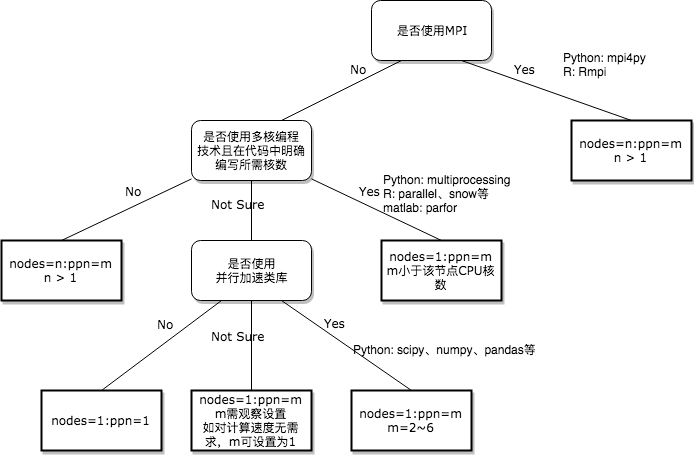
Before: docs/img/cpu_resources.png, a diagram exported from draw.io (masterstevelu/cluster-support). Source tidied: cells renumbered, new cells last; positions are measured from the earlier drawing's top-left corner, leaving out a move shared by most shapes. The source it was exported from:
```xml
<mxGraphModel background="#ffffff">
  <root>
    <mxCell id="0" />
    <mxCell id="1" parent="0" />
    <mxCell id="2" value="是否使用MPI" style="whiteSpace=wrap;html=1;rounded=1;shadow=1;labelBackgroundColor=none;strokeColor=#000000;strokeWidth=1;fillColor=#ffffff;fontFamily=Verdana;fontSize=12;fontColor=#000000;align=center;" parent="1" vertex="1">
      <mxGeometry x="370" width="120" height="60" as="geometry" />
    </mxCell>
    <mxCell id="3" value="是否使用多核编程&lt;br&gt;技术且在代码中明确编写所需核数" style="whiteSpace=wrap;html=1;rounded=1;shadow=1;labelBackgroundColor=none;strokeColor=#000000;strokeWidth=1;fillColor=#ffffff;fontFamily=Verdana;fontSize=12;fontColor=#000000;align=center;" parent="1" vertex="1">
      <mxGeometry x="190" y="120" width="120" height="60" as="geometry" />
    </mxCell>
    <mxCell id="4" value="Yes" style="rounded=0;html=1;labelBackgroundColor=none;startArrow=none;startFill=0;startSize=5;endArrow=none;endFill=0;endSize=5;jettySize=auto;strokeColor=#000000;strokeWidth=1;fontFamily=Verdana;fontSize=12;fontColor=#000000;entryX=0.5;entryY=0;entryDx=0;entryDy=0;exitX=0.75;exitY=1;exitDx=0;exitDy=0;" parent="1" edge="1" source="2" target="12">
      <mxGeometry x="-0.3" y="13" relative="1" as="geometry" />
    </mxCell>
    <mxCell id="5" value="No" style="edgeStyle=none;rounded=0;html=1;labelBackgroundColor=none;startArrow=none;startFill=0;startSize=5;endArrow=none;endFill=0;endSize=5;jettySize=auto;strokeColor=#000000;strokeWidth=1;fontFamily=Verdana;fontSize=12;fontColor=#000000;exitX=0.25;exitY=1;exitDx=0;exitDy=0;entryX=0.75;entryY=0;entryDx=0;entryDy=0;" parent="1" edge="1" source="2" target="3">
      <mxGeometry x="-0.36" y="-11" relative="1" as="geometry" />
    </mxCell>
    <mxCell id="6" value="No" style="edgeStyle=none;rounded=0;html=1;labelBackgroundColor=none;startArrow=none;startFill=0;startSize=5;endArrow=none;endFill=0;endSize=5;jettySize=auto;strokeColor=#000000;strokeWidth=1;fontFamily=Verdana;fontSize=12;fontColor=#000000;entryX=0.5;entryY=0;entryDx=0;entryDy=0;" parent="1" edge="1" source="3" target="18">
      <mxGeometry x="-0.2" y="-14" relative="1" as="geometry" />
    </mxCell>
    <mxCell id="7" value="Yes" style="edgeStyle=none;rounded=0;html=1;labelBackgroundColor=none;startArrow=none;startFill=0;startSize=5;endArrow=none;endFill=0;endSize=5;jettySize=auto;strokeColor=#000000;strokeWidth=1;fontFamily=Verdana;fontSize=12;fontColor=#000000;entryX=0.5;entryY=0;entryDx=0;entryDy=0;" parent="1" edge="1" source="3" target="14">
      <mxGeometry x="-0.2" y="14" relative="1" as="geometry" />
    </mxCell>
    <mxCell id="8" value="No&lt;br&gt;" style="edgeStyle=none;rounded=0;html=1;labelBackgroundColor=none;startArrow=none;startFill=0;startSize=5;endArrow=none;endFill=0;endSize=5;jettySize=auto;strokeColor=#000000;strokeWidth=1;fontFamily=Verdana;fontSize=12;fontColor=#000000;exitX=0.25;exitY=1;exitDx=0;exitDy=0;entryX=0.5;entryY=0;entryDx=0;entryDy=0;" parent="1" edge="1" source="17" target="11">
      <mxGeometry x="-0.22" y="-14" relative="1" as="geometry" />
    </mxCell>
    <mxCell id="9" value="Yes&lt;br&gt;" style="edgeStyle=none;rounded=0;html=1;labelBackgroundColor=none;startArrow=none;startFill=0;startSize=5;endArrow=none;endFill=0;endSize=5;jettySize=auto;strokeColor=#000000;strokeWidth=1;fontFamily=Verdana;fontSize=12;fontColor=#000000;exitX=0.75;exitY=1;exitDx=0;exitDy=0;entryX=0.5;entryY=0;entryDx=0;entryDy=0;" parent="1" edge="1" source="17" target="10">
      <mxGeometry x="-0.28" y="12" relative="1" as="geometry" />
    </mxCell>
    <mxCell id="10" value="nodes=1:ppn=m&lt;br&gt;m=2~6&lt;br&gt;" style="whiteSpace=wrap;html=1;rounded=0;shadow=1;labelBackgroundColor=none;strokeColor=#000000;strokeWidth=2;fillColor=#ffffff;fontFamily=Verdana;fontSize=12;fontColor=#000000;align=center;" parent="1" vertex="1">
      <mxGeometry x="350" y="390" width="120" height="60" as="geometry" />
    </mxCell>
    <mxCell id="11" value="nodes=1:ppn=1" style="whiteSpace=wrap;html=1;rounded=0;shadow=1;labelBackgroundColor=none;strokeColor=#000000;strokeWidth=2;fillColor=#ffffff;fontFamily=Verdana;fontSize=12;fontColor=#000000;align=center;" parent="1" vertex="1">
      <mxGeometry x="40" y="390" width="120" height="60" as="geometry" />
    </mxCell>
    <mxCell id="12" value="nodes=n:ppn=m&lt;br&gt;n &amp;gt; 1&lt;br&gt;" style="whiteSpace=wrap;html=1;rounded=0;shadow=1;labelBackgroundColor=none;strokeColor=#000000;strokeWidth=2;fillColor=#ffffff;fontFamily=Verdana;fontSize=12;fontColor=#000000;align=center;" parent="1" vertex="1">
      <mxGeometry x="570" y="120" width="120" height="60" as="geometry" />
    </mxCell>
    <mxCell id="13" value="Not Sure&lt;br&gt;" style="edgeStyle=none;rounded=0;html=1;labelBackgroundColor=none;startArrow=none;startFill=0;startSize=5;endArrow=none;endFill=0;endSize=5;jettySize=auto;strokeColor=#000000;strokeWidth=1;fontFamily=Verdana;fontSize=12;fontColor=#000000;exitX=0.5;exitY=1;exitDx=0;exitDy=0;entryX=0.5;entryY=0;entryDx=0;entryDy=0;" parent="1" edge="1" source="3" target="17">
      <mxGeometry x="-0.2" y="-14" relative="1" as="geometry" />
    </mxCell>
    <mxCell id="14" value="nodes=1:ppn=m&lt;br&gt;m小于该节点CPU核数&lt;br&gt;" style="whiteSpace=wrap;html=1;rounded=0;shadow=1;labelBackgroundColor=none;strokeColor=#000000;strokeWidth=2;fillColor=#ffffff;fontFamily=Verdana;fontSize=12;fontColor=#000000;align=center;" parent="1" vertex="1">
      <mxGeometry x="380" y="240" width="120" height="60" as="geometry" />
    </mxCell>
    <mxCell id="15" value="Python: multiprocessing&lt;br&gt;R: parallel、snow等&lt;br&gt;matlab: parfor&lt;br&gt;" style="text;html=1;align=left;verticalAlign=top;spacingTop=-4;" parent="1" vertex="1">
      <mxGeometry x="380" y="170" width="140" height="40" as="geometry" />
    </mxCell>
    <mxCell id="16" value="Python: mpi4py&lt;br&gt;R: Rmpi&lt;br&gt;" style="text;html=1;align=left;verticalAlign=top;spacingTop=-4;" parent="1" vertex="1">
      <mxGeometry x="560" y="47.5" width="100" height="30" as="geometry" />
    </mxCell>
    <mxCell id="17" value="是否使用&lt;br&gt;并行加速类库" style="whiteSpace=wrap;html=1;rounded=1;shadow=1;labelBackgroundColor=none;strokeColor=#000000;strokeWidth=1;fillColor=#ffffff;fontFamily=Verdana;fontSize=12;fontColor=#000000;align=center;" parent="1" vertex="1">
      <mxGeometry x="190" y="240" width="120" height="60" as="geometry" />
    </mxCell>
    <mxCell id="18" value="nodes=n:ppn=m&lt;br&gt;n &amp;gt; 1&lt;br&gt;" style="whiteSpace=wrap;html=1;rounded=0;shadow=1;labelBackgroundColor=none;strokeColor=#000000;strokeWidth=2;fillColor=#ffffff;fontFamily=Verdana;fontSize=12;fontColor=#000000;align=center;" parent="1" vertex="1">
      <mxGeometry y="240" width="120" height="60" as="geometry" />
    </mxCell>
    <mxCell id="19" value="Python: scipy、numpy、pandas等&lt;br&gt;" style="text;html=1;align=left;verticalAlign=top;spacingTop=-4;" parent="1" vertex="1">
      <mxGeometry x="350" y="340" width="200" height="20" as="geometry" />
    </mxCell>
    <mxCell id="20" value="Not Sure&lt;br&gt;" style="edgeStyle=none;rounded=0;html=1;labelBackgroundColor=none;startArrow=none;startFill=0;startSize=5;endArrow=none;endFill=0;endSize=5;jettySize=auto;strokeColor=#000000;strokeWidth=1;fontFamily=Verdana;fontSize=12;fontColor=#000000;exitX=0.5;exitY=1;exitDx=0;exitDy=0;entryX=0.5;entryY=0;entryDx=0;entryDy=0;" parent="1" edge="1" source="17" target="21">
      <mxGeometry x="-0.2" y="-14" relative="1" as="geometry" />
    </mxCell>
    <mxCell id="21" value="nodes=1:ppn=m&lt;br&gt;m需观察设置&lt;br&gt;如对计算速度无需求，m可设置为1&lt;br&gt;" style="whiteSpace=wrap;html=1;rounded=0;shadow=1;labelBackgroundColor=none;strokeColor=#000000;strokeWidth=2;fillColor=#ffffff;fontFamily=Verdana;fontSize=12;fontColor=#000000;align=center;" parent="1" vertex="1">
      <mxGeometry x="190" y="390" width="120" height="60" as="geometry" />
    </mxCell>
  </root>
</mxGraphModel>
```
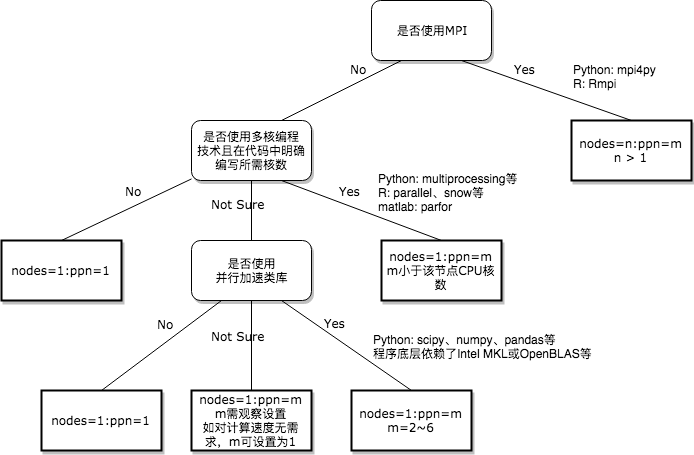
After the change.

Diff of the diagram source:
```diff
@@ -17,7 +17,7 @@
     <mxCell id="6" value="No" style="edgeStyle=none;rounded=0;html=1;labelBackgroundColor=none;startArrow=none;startFill=0;startSize=5;endArrow=none;endFill=0;endSize=5;jettySize=auto;strokeColor=#000000;strokeWidth=1;fontFamily=Verdana;fontSize=12;fontColor=#000000;entryX=0.5;entryY=0;entryDx=0;entryDy=0;" parent="1" edge="1" source="3" target="18">
       <mxGeometry x="-0.2" y="-14" relative="1" as="geometry" />
     </mxCell>
-    <mxCell id="7" value="Yes" style="edgeStyle=none;rounded=0;html=1;labelBackgroundColor=none;startArrow=none;startFill=0;startSize=5;endArrow=none;endFill=0;endSize=5;jettySize=auto;strokeColor=#000000;strokeWidth=1;fontFamily=Verdana;fontSize=12;fontColor=#000000;entryX=0.5;entryY=0;entryDx=0;entryDy=0;" parent="1" edge="1" source="3" target="14">
+    <mxCell id="7" value="Yes" style="edgeStyle=none;rounded=0;html=1;labelBackgroundColor=none;startArrow=none;startFill=0;startSize=5;endArrow=none;endFill=0;endSize=5;jettySize=auto;strokeColor=#000000;strokeWidth=1;fontFamily=Verdana;fontSize=12;fontColor=#000000;entryX=0.5;entryY=0;entryDx=0;entryDy=0;exitX=0.75;exitY=1;exitDx=0;exitDy=0;" parent="1" edge="1" source="3" target="14">
       <mxGeometry x="-0.2" y="14" relative="1" as="geometry" />
     </mxCell>
     <mxCell id="8" value="No&lt;br&gt;" style="edgeStyle=none;rounded=0;html=1;labelBackgroundColor=none;startArrow=none;startFill=0;startSize=5;endArrow=none;endFill=0;endSize=5;jettySize=auto;strokeColor=#000000;strokeWidth=1;fontFamily=Verdana;fontSize=12;fontColor=#000000;exitX=0.25;exitY=1;exitDx=0;exitDy=0;entryX=0.5;entryY=0;entryDx=0;entryDy=0;" parent="1" edge="1" source="17" target="11">
@@ -41,20 +41,20 @@
     <mxCell id="14" value="nodes=1:ppn=m&lt;br&gt;m小于该节点CPU核数&lt;br&gt;" style="whiteSpace=wrap;html=1;rounded=0;shadow=1;labelBackgroundColor=none;strokeColor=#000000;strokeWidth=2;fillColor=#ffffff;fontFamily=Verdana;fontSize=12;fontColor=#000000;align=center;" parent="1" vertex="1">
       <mxGeometry x="380" y="240" width="120" height="60" as="geometry" />
     </mxCell>
-    <mxCell id="15" value="Python: multiprocessing&lt;br&gt;R: parallel、snow等&lt;br&gt;matlab: parfor&lt;br&gt;" style="text;html=1;align=left;verticalAlign=top;spacingTop=-4;" parent="1" vertex="1">
-      <mxGeometry x="380" y="170" width="140" height="40" as="geometry" />
+    <mxCell id="15" value="Python: multiprocessing等&lt;br&gt;R: parallel、snow等&lt;br&gt;matlab: parfor&lt;br&gt;" style="text;html=1;align=left;verticalAlign=top;spacingTop=-4;" parent="1" vertex="1">
+      <mxGeometry x="375" y="169" width="150" height="40" as="geometry" />
     </mxCell>
     <mxCell id="16" value="Python: mpi4py&lt;br&gt;R: Rmpi&lt;br&gt;" style="text;html=1;align=left;verticalAlign=top;spacingTop=-4;" parent="1" vertex="1">
-      <mxGeometry x="560" y="47.5" width="100" height="30" as="geometry" />
+      <mxGeometry x="570" y="60" width="100" height="30" as="geometry" />
     </mxCell>
     <mxCell id="17" value="是否使用&lt;br&gt;并行加速类库" style="whiteSpace=wrap;html=1;rounded=1;shadow=1;labelBackgroundColor=none;strokeColor=#000000;strokeWidth=1;fillColor=#ffffff;fontFamily=Verdana;fontSize=12;fontColor=#000000;align=center;" parent="1" vertex="1">
       <mxGeometry x="190" y="240" width="120" height="60" as="geometry" />
     </mxCell>
-    <mxCell id="18" value="nodes=n:ppn=m&lt;br&gt;n &amp;gt; 1&lt;br&gt;" style="whiteSpace=wrap;html=1;rounded=0;shadow=1;labelBackgroundColor=none;strokeColor=#000000;strokeWidth=2;fillColor=#ffffff;fontFamily=Verdana;fontSize=12;fontColor=#000000;align=center;" parent="1" vertex="1">
+    <mxCell id="18" value="nodes=1:ppn=1&lt;br&gt;" style="whiteSpace=wrap;html=1;rounded=0;shadow=1;labelBackgroundColor=none;strokeColor=#000000;strokeWidth=2;fillColor=#ffffff;fontFamily=Verdana;fontSize=12;fontColor=#000000;align=center;" parent="1" vertex="1">
       <mxGeometry y="240" width="120" height="60" as="geometry" />
     </mxCell>
-    <mxCell id="19" value="Python: scipy、numpy、pandas等&lt;br&gt;" style="text;html=1;align=left;verticalAlign=top;spacingTop=-4;" parent="1" vertex="1">
-      <mxGeometry x="350" y="340" width="200" height="20" as="geometry" />
+    <mxCell id="19" value="Python: scipy、numpy、pandas等&lt;br&gt;程序底层依赖了Intel MKL或OpenBLAS等&lt;br&gt;" style="text;html=1;align=left;verticalAlign=top;spacingTop=-4;" parent="1" vertex="1">
+      <mxGeometry x="370" y="330" width="230" height="30" as="geometry" />
     </mxCell>
     <mxCell id="20" value="Not Sure&lt;br&gt;" style="edgeStyle=none;rounded=0;html=1;labelBackgroundColor=none;startArrow=none;startFill=0;startSize=5;endArrow=none;endFill=0;endSize=5;jettySize=auto;strokeColor=#000000;strokeWidth=1;fontFamily=Verdana;fontSize=12;fontColor=#000000;exitX=0.5;exitY=1;exitDx=0;exitDy=0;entryX=0.5;entryY=0;entryDx=0;entryDy=0;" parent="1" edge="1" source="17" target="21">
       <mxGeometry x="-0.2" y="-14" relative="1" as="geometry" />
```
